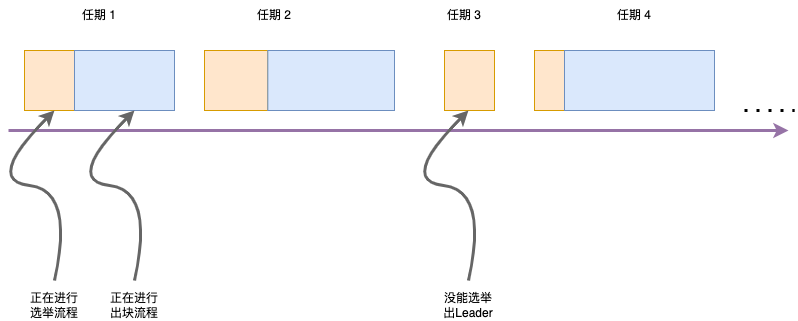
This is raft.drawio.png from lonless0/Picbed, a draw.io export, as it was before one commit. Source tidied: cells renumbered, new cells last; positions are measured from the earlier drawing's top-left corner, leaving out a move shared by most shapes.
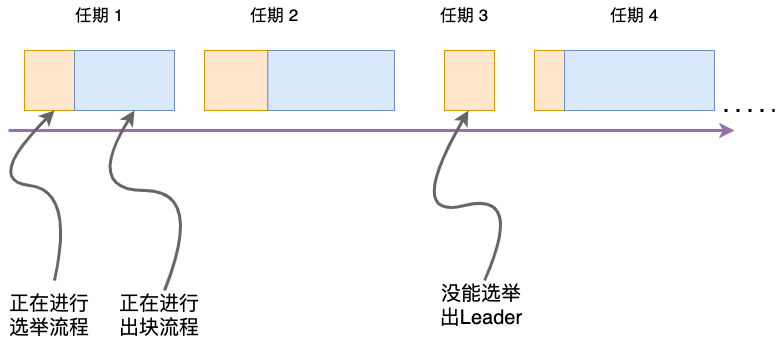
The same diagram one commit later.

The edit, as a diff of the source:
```diff
@@ -31,26 +31,26 @@
     </mxCell>
     <mxCell id="11" style="endArrow=none;dashed=1;html=1;dashPattern=1 3;strokeWidth=3;rounded=0;fontFamily=Helvetica;fontSize=12;fontColor=default;" parent="1" edge="1">
       <mxGeometry relative="1" as="geometry">
-        <mxPoint x="760" y="110" as="sourcePoint" />
-        <mxPoint x="810" y="110" as="targetPoint" />
+        <mxPoint x="740" y="110" as="sourcePoint" />
+        <mxPoint x="790" y="110" as="targetPoint" />
       </mxGeometry>
     </mxCell>
-    <mxCell id="12" value="任期 1" style="text;html=1;strokeColor=none;fillColor=none;align=center;verticalAlign=middle;whiteSpace=wrap;rounded=0;fontFamily=Helvetica;fontSize=12;fontColor=default;" parent="1" vertex="1">
+    <mxCell id="12" value="任期 1" style="text;html=1;strokeColor=none;fillColor=none;align=center;verticalAlign=middle;whiteSpace=wrap;rounded=0;fontFamily=Helvetica;fontSize=17;fontColor=default;" parent="1" vertex="1">
       <mxGeometry x="85" width="60" height="30" as="geometry" />
     </mxCell>
-    <mxCell id="13" value="任期 2" style="text;html=1;strokeColor=none;fillColor=none;align=center;verticalAlign=middle;whiteSpace=wrap;rounded=0;fontFamily=Helvetica;fontSize=12;fontColor=default;" parent="1" vertex="1">
+    <mxCell id="13" value="任期 2" style="text;html=1;strokeColor=none;fillColor=none;align=center;verticalAlign=middle;whiteSpace=wrap;rounded=0;fontFamily=Helvetica;fontSize=17;fontColor=default;" parent="1" vertex="1">
       <mxGeometry x="260" width="60" height="30" as="geometry" />
     </mxCell>
-    <mxCell id="14" value="任期 3" style="text;html=1;strokeColor=none;fillColor=none;align=center;verticalAlign=middle;whiteSpace=wrap;rounded=0;fontFamily=Helvetica;fontSize=12;fontColor=default;" parent="1" vertex="1">
+    <mxCell id="14" value="任期 3" style="text;html=1;strokeColor=none;fillColor=none;align=center;verticalAlign=middle;whiteSpace=wrap;rounded=0;fontFamily=Helvetica;fontSize=17;fontColor=default;" parent="1" vertex="1">
       <mxGeometry x="450" width="60" height="30" as="geometry" />
     </mxCell>
-    <mxCell id="15" value="任期 4" style="text;html=1;strokeColor=none;fillColor=none;align=center;verticalAlign=middle;whiteSpace=wrap;rounded=0;fontFamily=Helvetica;fontSize=12;fontColor=default;" parent="1" vertex="1">
+    <mxCell id="15" value="任期 4" style="text;html=1;strokeColor=none;fillColor=none;align=center;verticalAlign=middle;whiteSpace=wrap;rounded=0;fontFamily=Helvetica;fontSize=17;fontColor=default;" parent="1" vertex="1">
       <mxGeometry x="620" width="60" height="30" as="geometry" />
     </mxCell>
     <mxCell id="16" style="endArrow=classic;html=1;rounded=0;fontFamily=Helvetica;fontSize=12;fontColor=#6208FF;strokeWidth=3;fillColor=#e1d5e7;strokeColor=#9673a6;" parent="1" edge="1">
       <mxGeometry relative="1" as="geometry">
         <mxPoint x="24" y="130" as="sourcePoint" />
-        <mxPoint x="804" y="130" as="targetPoint" />
+        <mxPoint x="750" y="130" as="targetPoint" />
       </mxGeometry>
     </mxCell>
     <mxCell id="17" style="curved=1;endArrow=classic;html=1;rounded=0;fontFamily=Helvetica;fontSize=12;fontColor=default;strokeWidth=3;fillColor=#f5f5f5;strokeColor=#666666;" parent="1" edge="1">
@@ -63,34 +63,34 @@
         </Array>
       </mxGeometry>
     </mxCell>
-    <mxCell id="18" value="正在进行选举流程" style="text;html=1;strokeColor=none;fillColor=none;align=center;verticalAlign=middle;whiteSpace=wrap;rounded=0;fontFamily=Helvetica;fontSize=12;fontColor=default;" parent="1" vertex="1">
-      <mxGeometry x="40" y="290" width="60" height="30" as="geometry" />
+    <mxCell id="18" value="正在进行选举流程" style="text;html=1;strokeColor=none;fillColor=none;align=center;verticalAlign=middle;whiteSpace=wrap;rounded=0;fontFamily=Helvetica;fontSize=20;fontColor=default;" parent="1" vertex="1">
+      <mxGeometry x="20" y="300" width="90" height="30" as="geometry" />
     </mxCell>
     <mxCell id="19" style="curved=1;endArrow=classic;html=1;rounded=0;fontFamily=Helvetica;fontSize=12;fontColor=default;strokeWidth=3;fillColor=#f5f5f5;strokeColor=#666666;" parent="1" edge="1">
       <mxGeometry relative="1" as="geometry">
-        <mxPoint x="150" y="280" as="sourcePoint" />
+        <mxPoint x="180" y="290" as="sourcePoint" />
         <mxPoint x="150" y="110" as="targetPoint" />
         <Array as="points">
-          <mxPoint x="170" y="190" />
-          <mxPoint x="80" y="180" />
+          <mxPoint x="220" y="190" />
+          <mxPoint x="100" y="190" />
         </Array>
       </mxGeometry>
     </mxCell>
-    <mxCell id="20" value="正在进行出块流程" style="text;html=1;strokeColor=none;fillColor=none;align=center;verticalAlign=middle;whiteSpace=wrap;rounded=0;fontFamily=Helvetica;fontSize=12;fontColor=default;" parent="1" vertex="1">
-      <mxGeometry x="120" y="290" width="60" height="30" as="geometry" />
+    <mxCell id="20" value="正在进行出块流程" style="text;html=1;strokeColor=none;fillColor=none;align=center;verticalAlign=middle;whiteSpace=wrap;rounded=0;fontFamily=Helvetica;fontSize=20;fontColor=default;" parent="1" vertex="1">
+      <mxGeometry x="130" y="300" width="90" height="30" as="geometry" />
     </mxCell>
     <mxCell id="21" style="curved=1;endArrow=classic;html=1;rounded=0;fontFamily=Helvetica;fontSize=12;fontColor=default;strokeWidth=3;fillColor=#f5f5f5;strokeColor=#666666;" parent="1" edge="1">
       <mxGeometry relative="1" as="geometry">
-        <mxPoint x="484" y="280" as="sourcePoint" />
+        <mxPoint x="500" y="280" as="sourcePoint" />
         <mxPoint x="484" y="110" as="targetPoint" />
         <Array as="points">
-          <mxPoint x="504" y="190" />
-          <mxPoint x="414" y="180" />
+          <mxPoint x="540" y="190" />
+          <mxPoint x="420" y="220" />
         </Array>
       </mxGeometry>
     </mxCell>
-    <mxCell id="22" value="没能选举出Leader" style="text;html=1;strokeColor=none;fillColor=none;align=center;verticalAlign=middle;whiteSpace=wrap;rounded=0;fontFamily=Helvetica;fontSize=12;fontColor=default;" parent="1" vertex="1">
-      <mxGeometry x="454" y="290" width="60" height="30" as="geometry" />
+    <mxCell id="22" value="没能选举出Leader" style="text;html=1;strokeColor=none;fillColor=none;align=center;verticalAlign=middle;whiteSpace=wrap;rounded=0;fontFamily=Helvetica;fontSize=20;fontColor=default;" parent="1" vertex="1">
+      <mxGeometry x="454" y="290" width="86" height="30" as="geometry" />
     </mxCell>
   </root>
 </mxGraphModel>
```
